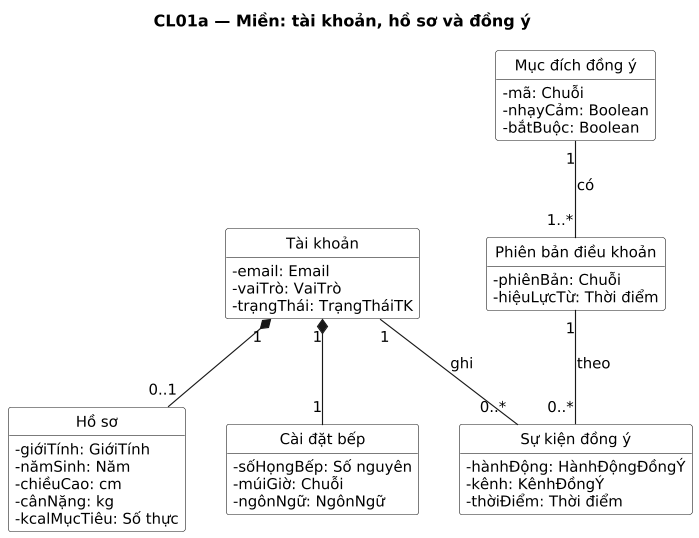
Before: docs/uml/out/class/CL01a-mien-tai-khoan-dong-y.png, a diagram exported from PlantUML (NamBuw/Tastoria).
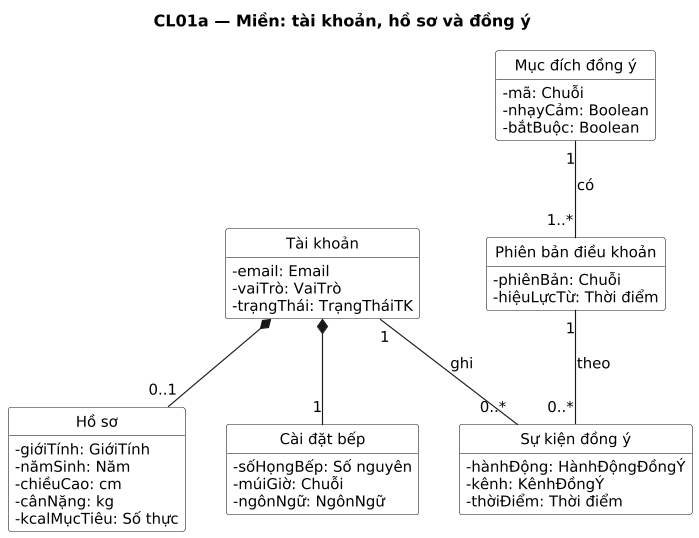
The same file after the commit.

What changed in the source:
```diff
@@ -42,8 +42,8 @@
   -thờiĐiểm: Thời điểm
 }
 
-TK "1" *-- "0..1" HS
-TK "1" *-- "1" CD
+TK *-- "0..1" HS
+TK *-- "1" CD
 TK "1" -- "0..*" SK : ghi
 MD "1" -- "1..*" PB : có
 PB "1" -- "0..*" SK : theo
```
